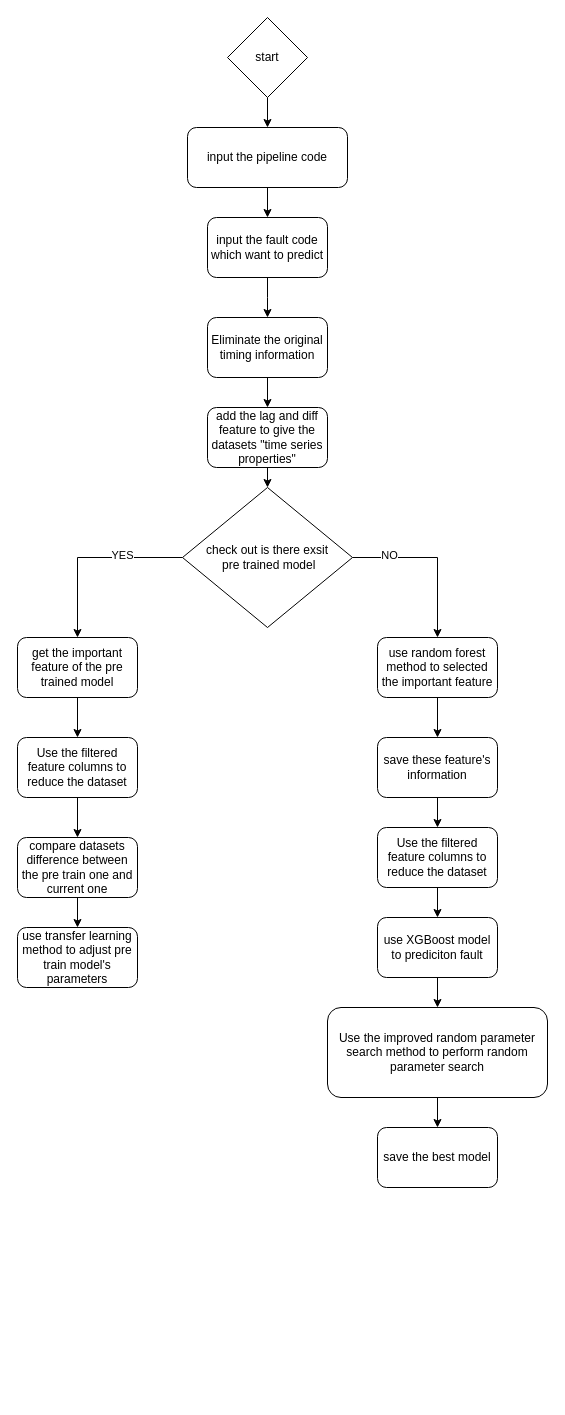
SheathedSharp/A-Time-Series-Data-Driven-RF-XGBoost-Hybrid-Migration-Learning-Model keeps this draw.io diagram as 未命名绘图.drawio. Above is the earlier version. Source tidied: cells renumbered, new cells numbered last; positions are measured from the earlier drawing's top-left corner, leaving out a move shared by most shapes. Both pictures are drawn from the tidied source at 100%, with x=0, y=0 at pixel (17, 17).
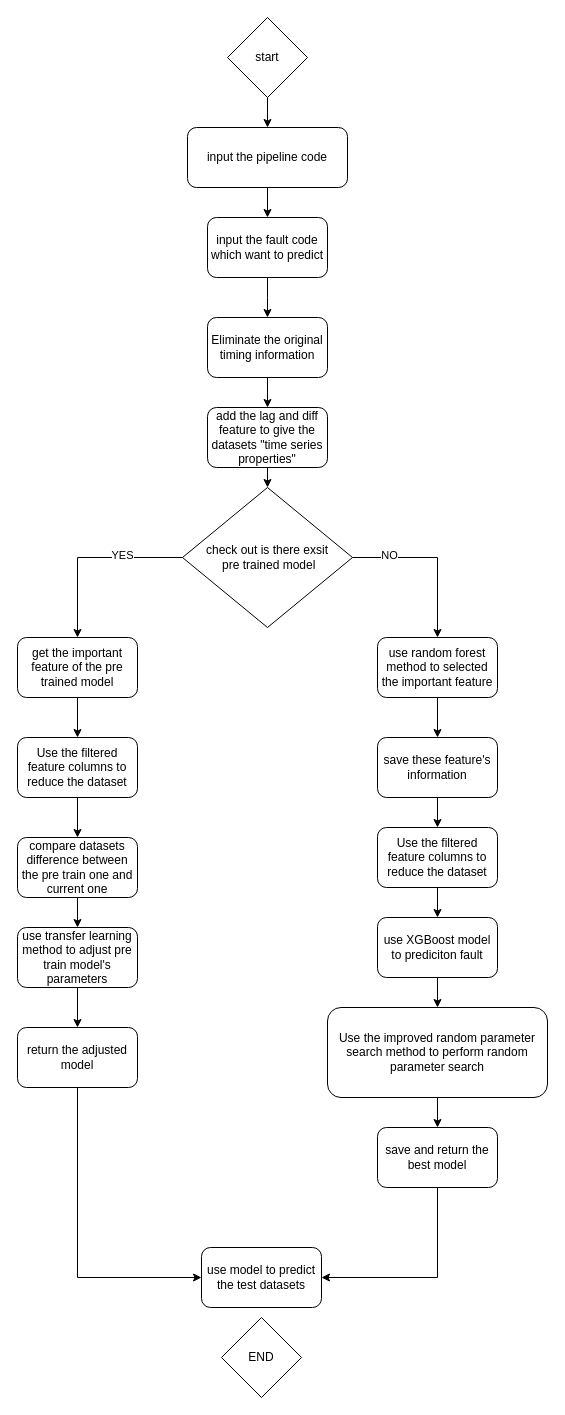
The same page after the edit.

Commit message:
更新未命名绘图.drawio

The change refers to these unchanged cells:
```xml
<mxCell id="21" value="use transfer learning method to adjust pre train model's parameters" style="whiteSpace=wrap;html=1;rounded=1;" parent="1" vertex="1">
  <mxGeometry y="910" width="120" height="60" as="geometry" />
</mxCell>
```

Change to the diagram source:
```diff
@@
+    <mxCell id="35" style="edgeStyle=orthogonalEdgeStyle;rounded=0;jettySize=auto;html=1;" parent="1" edge="1" source="21" target="38">
+      <mxGeometry relative="1" as="geometry" />
+    </mxCell>
@@
+    <mxCell id="36" style="edgeStyle=orthogonalEdgeStyle;rounded=0;jettySize=auto;html=1;exitX=0.5;exitY=1;exitDx=0;exitDy=0;entryX=1;entryY=0.5;entryDx=0;entryDy=0;" parent="1" edge="1" source="30" target="39">
+      <mxGeometry relative="1" as="geometry" />
+    </mxCell>
-    <mxCell id="30" value="save the best model" style="whiteSpace=wrap;html=1;rounded=1;" parent="1" vertex="1">
+    <mxCell id="30" value="save and return the best model" style="whiteSpace=wrap;html=1;rounded=1;" parent="1" vertex="1">
       <mxGeometry x="360" y="1110" width="120" height="60" as="geometry" />
     </mxCell>
@@
+    <mxCell id="37" style="edgeStyle=orthogonalEdgeStyle;rounded=0;jettySize=auto;html=1;" parent="1" edge="1" source="38" target="39">
+      <mxGeometry relative="1" as="geometry">
+        <Array as="points">
+          <mxPoint x="60" y="1260" />
+        </Array>
+      </mxGeometry>
+    </mxCell>
+    <mxCell id="38" value="return the adjusted model" style="whiteSpace=wrap;html=1;rounded=1;" parent="1" vertex="1">
+      <mxGeometry y="1010" width="120" height="60" as="geometry" />
+    </mxCell>
+    <mxCell id="39" value="use model to predict the test datasets" style="whiteSpace=wrap;html=1;rounded=1;" parent="1" vertex="1">
+      <mxGeometry x="184" y="1230" width="120" height="60" as="geometry" />
+    </mxCell>
+    <mxCell id="40" value="END" style="rhombus;whiteSpace=wrap;html=1;" parent="1" vertex="1">
+      <mxGeometry x="204" y="1300" width="80" height="80" as="geometry" />
+    </mxCell>
```
